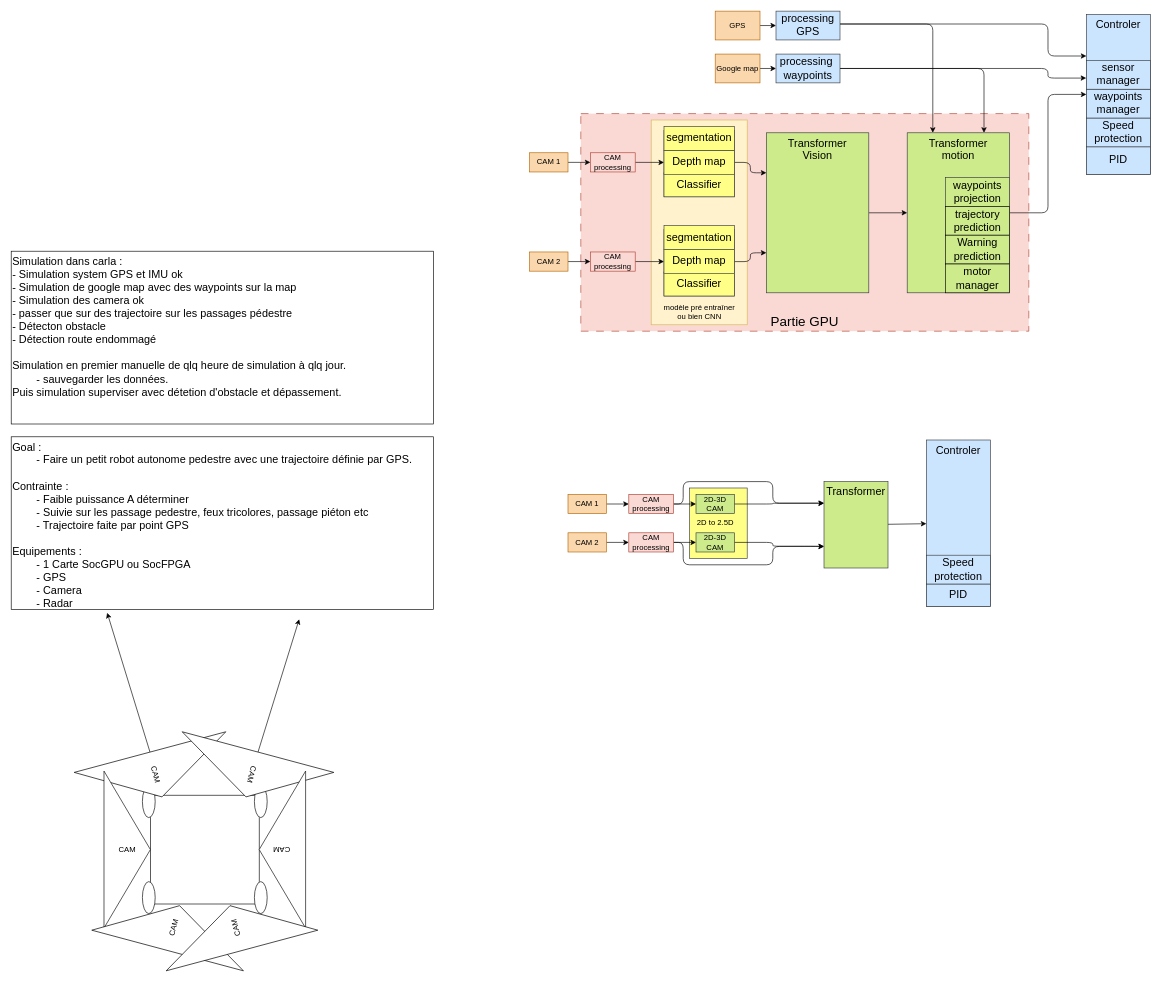
Above: page "Page-3" (4 of 4) of Ai Model Architecture/Algo.drawio in Floriangit12/Autonomous-Robot (draw.io), before the change. Source tidied: cells renumbered, new cells numbered last; positions are measured from the earlier drawing's top-left corner, leaving out a move shared by most shapes. Both pictures are drawn from the tidied source at 64%, with x=0, y=0 at pixel (11, 11).
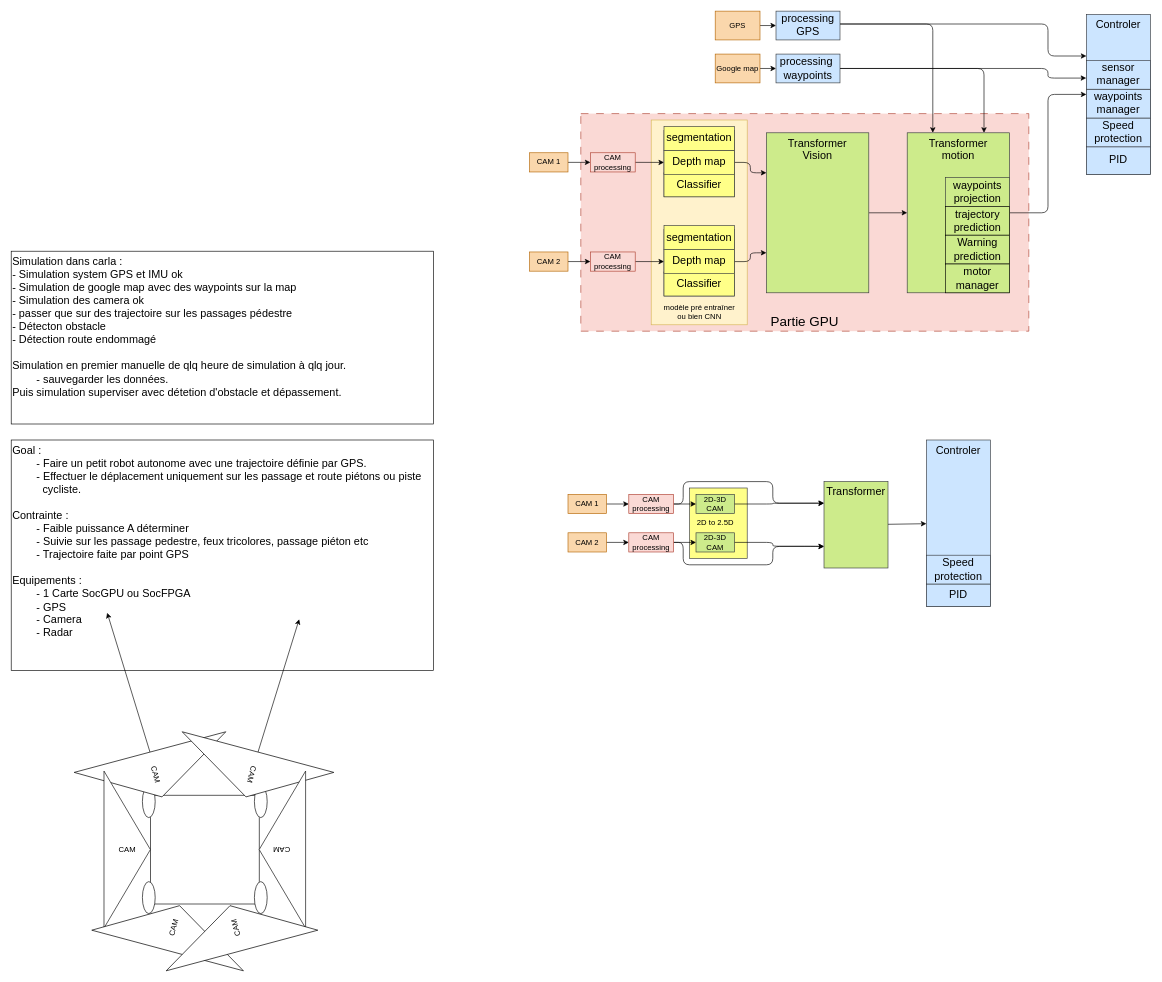
The same diagram, later.

Change to the diagram source:
```diff
@@
-    <mxCell id="30" value="Goal :&amp;nbsp;&lt;br&gt;&lt;span style=&quot;white-space: pre;&quot;&gt;&#9;&lt;/span&gt;- Faire un petit robot autonome pedestre avec une trajectoire définie par GPS.&lt;br&gt;&lt;br&gt;Contrainte :&amp;nbsp;&lt;br&gt;&lt;span style=&quot;white-space: pre;&quot;&gt;&#9;&lt;/span&gt;- Faible puissance A déterminer&lt;br&gt;&lt;span style=&quot;white-space: pre;&quot;&gt;&#9;&lt;/span&gt;- Suivie sur les passage pedestre, feux tricolores, passage piéton etc&lt;br&gt;&lt;span style=&quot;white-space: pre;&quot;&gt;&#9;&lt;/span&gt;- Trajectoire faite par point GPS&lt;br&gt;&lt;br&gt;Equipements :&amp;nbsp;&lt;br&gt;&lt;span style=&quot;white-space: pre;&quot;&gt;&#9;&lt;/span&gt;- 1 Carte SocGPU ou SocFPGA&lt;br&gt;&lt;span style=&quot;white-space: pre;&quot;&gt;&#9;&lt;/span&gt;- GPS&lt;br&gt;&lt;span style=&quot;white-space: pre;&quot;&gt;&#9;&lt;/span&gt;- Camera&amp;nbsp;&lt;br&gt;&lt;span style=&quot;white-space: pre;&quot;&gt;&#9;&lt;/span&gt;- Radar&amp;nbsp;" style="rounded=0;whiteSpace=wrap;html=1;strokeColor=rgb(0, 0, 0);fontFamily=Helvetica;fontSize=17;fontColor=rgb(0, 0, 0);fillColor=rgb(255, 255, 255);labelPosition=center;verticalLabelPosition=middle;align=left;verticalAlign=top;textDirection=ltr;" parent="1" vertex="1">
-      <mxGeometry y="665" width="660" height="270" as="geometry" />
+    <mxCell id="30" value="Goal :&amp;nbsp;&lt;br&gt;&lt;span style=&quot;white-space: pre;&quot;&gt;&#9;&lt;/span&gt;- Faire un petit robot autonome avec une trajectoire définie par GPS.&lt;br&gt;&lt;span style=&quot;white-space: pre;&quot;&gt;&#9;&lt;/span&gt;- Effectuer le déplacement uniquement sur les passage et route piétons ou piste &lt;span style=&quot;white-space: pre;&quot;&gt;&#9;&amp;nbsp;&lt;/span&gt;&amp;nbsp;cycliste.&lt;br&gt;&lt;br&gt;Contrainte :&amp;nbsp;&lt;br&gt;&lt;span style=&quot;white-space: pre;&quot;&gt;&#9;&lt;/span&gt;- Faible puissance A déterminer&lt;br&gt;&lt;span style=&quot;white-space: pre;&quot;&gt;&#9;&lt;/span&gt;- Suivie sur les passage pedestre, feux tricolores, passage piéton etc&lt;br&gt;&lt;span style=&quot;white-space: pre;&quot;&gt;&#9;&lt;/span&gt;- Trajectoire faite par point GPS&lt;br&gt;&lt;br&gt;Equipements :&amp;nbsp;&lt;br&gt;&lt;span style=&quot;white-space: pre;&quot;&gt;&#9;&lt;/span&gt;- 1 Carte SocGPU ou SocFPGA&lt;br&gt;&lt;span style=&quot;white-space: pre;&quot;&gt;&#9;&lt;/span&gt;- GPS&lt;br&gt;&lt;span style=&quot;white-space: pre;&quot;&gt;&#9;&lt;/span&gt;- Camera&amp;nbsp;&lt;br&gt;&lt;span style=&quot;white-space: pre;&quot;&gt;&#9;&lt;/span&gt;- Radar&amp;nbsp;" style="rounded=0;whiteSpace=wrap;html=1;strokeColor=rgb(0, 0, 0);fontFamily=Helvetica;fontSize=17;fontColor=rgb(0, 0, 0);fillColor=rgb(255, 255, 255);labelPosition=center;verticalLabelPosition=middle;align=left;verticalAlign=top;textDirection=ltr;" parent="1" vertex="1">
+      <mxGeometry y="670" width="660" height="360" as="geometry" />
     </mxCell>
```
